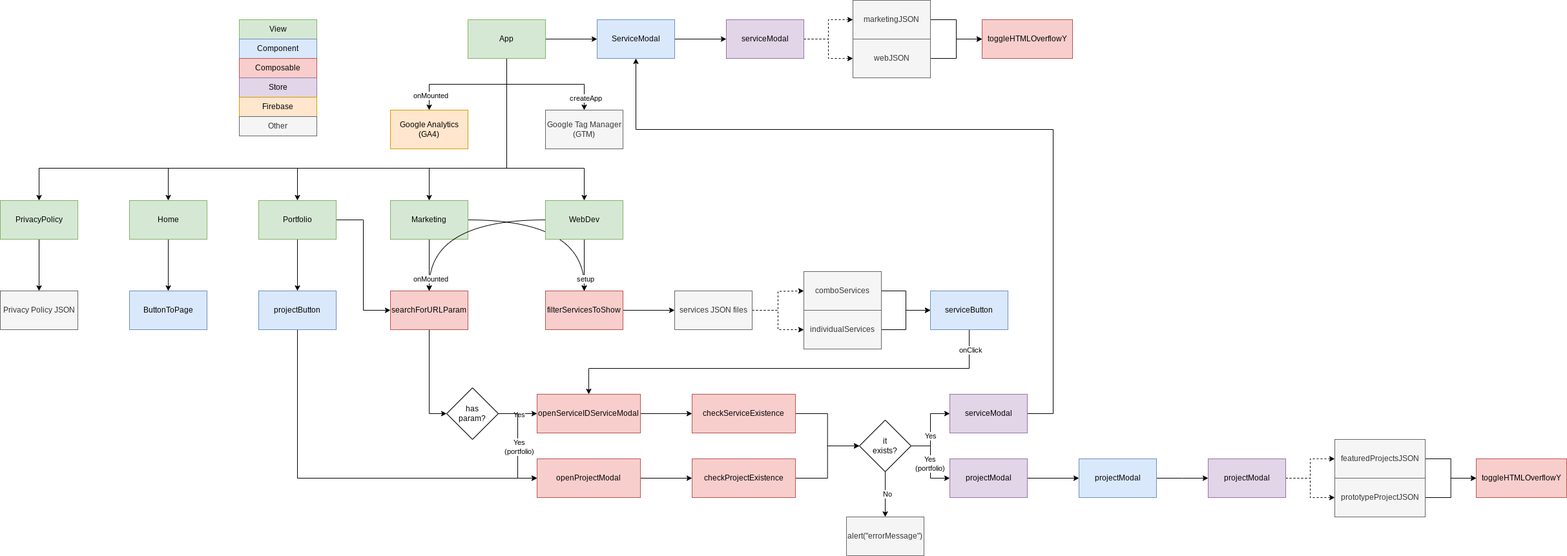
Above: public/imagens/logic-fluxogram.png in andremourasantos/andremourasantos.github.io (draw.io), before the change. Source tidied: cells renumbered, new cells last; positions are measured from the earlier drawing's top-left corner, leaving out a move shared by most shapes.
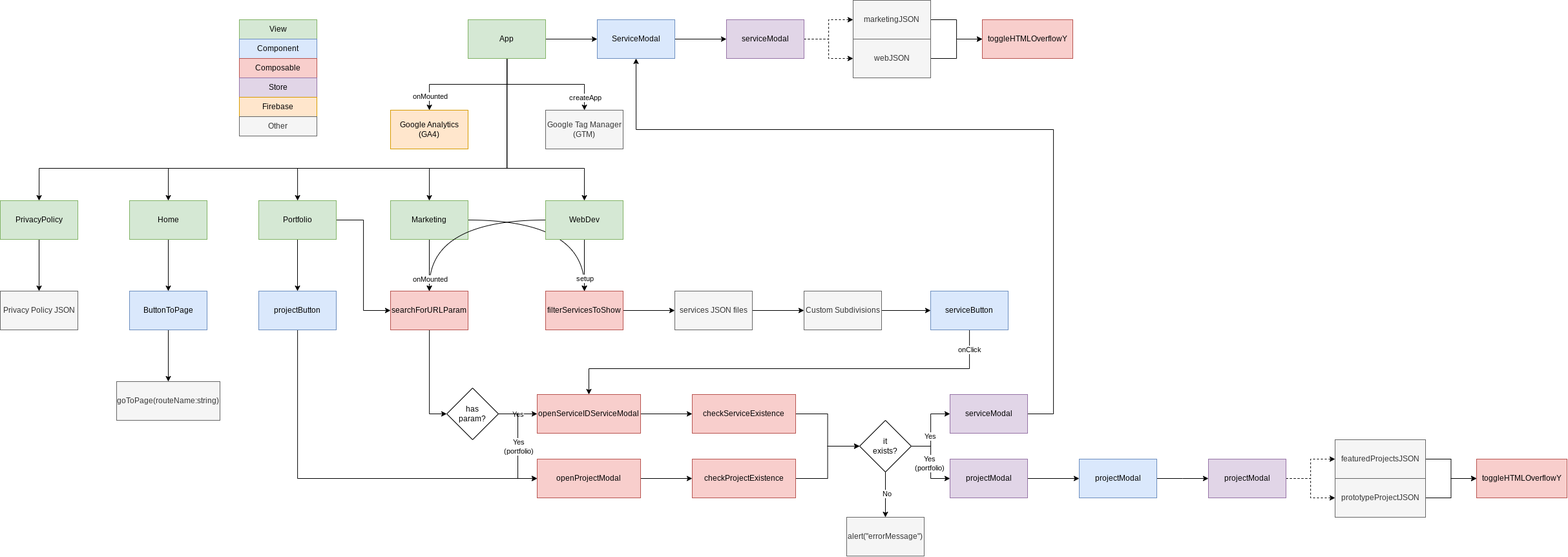
After the change.

The edit, as a diff of the source:
```diff
@@ -147,29 +147,18 @@
     <mxCell id="39" value="openServiceIDServiceModal" style="whiteSpace=wrap;html=1;rounded=0;fillColor=#f8cecc;strokeColor=#b85450;" parent="1" vertex="1">
       <mxGeometry x="831" y="610" width="160" height="60" as="geometry" />
     </mxCell>
-    <mxCell id="40" style="edgeStyle=orthogonalEdgeStyle;rounded=0;jettySize=auto;html=1;dashed=1;" parent="1" edge="1" source="42">
-      <mxGeometry relative="1" as="geometry">
-        <mxPoint x="1244" y="450" as="targetPoint" />
-      </mxGeometry>
-    </mxCell>
-    <mxCell id="41" style="edgeStyle=orthogonalEdgeStyle;rounded=0;jettySize=auto;html=1;entryX=0;entryY=0.5;entryDx=0;entryDy=0;dashed=1;" parent="1" edge="1" source="42" target="46">
+    <mxCell id="41" style="edgeStyle=orthogonalEdgeStyle;rounded=0;jettySize=auto;html=1;entryX=0;entryY=0.5;entryDx=0;entryDy=0;" parent="1" edge="1" source="42" target="44">
       <mxGeometry relative="1" as="geometry" />
     </mxCell>
     <mxCell id="42" value="services JSON files" style="rounded=0;whiteSpace=wrap;html=1;fillColor=#f5f5f5;strokeColor=#666666;fontColor=#333333;" parent="1" vertex="1">
       <mxGeometry x="1044" y="450" width="120" height="60" as="geometry" />
     </mxCell>
-    <mxCell id="43" style="edgeStyle=orthogonalEdgeStyle;rounded=0;jettySize=auto;html=1;entryX=0;entryY=0.5;entryDx=0;entryDy=0;" parent="1" edge="1" source="44" target="51">
+    <mxCell id="43" style="edgeStyle=orthogonalEdgeStyle;rounded=0;jettySize=auto;html=1;exitX=1;exitY=0.5;exitDx=0;exitDy=0;entryX=0;entryY=0.5;entryDx=0;entryDy=0;" parent="1" edge="1" source="44" target="51">
       <mxGeometry relative="1" as="geometry" />
     </mxCell>
-    <mxCell id="44" value="comboServices" style="rounded=0;whiteSpace=wrap;html=1;fillColor=#f5f5f5;strokeColor=#666666;fontColor=#333333;" parent="1" vertex="1">
-      <mxGeometry x="1244" y="420" width="120" height="60" as="geometry" />
+    <mxCell id="44" value="Custom Subdivisions" style="rounded=0;whiteSpace=wrap;html=1;fillColor=#f5f5f5;strokeColor=#666666;fontColor=#333333;" parent="1" vertex="1">
+      <mxGeometry x="1244" y="450" width="120" height="60" as="geometry" />
     </mxCell>
-    <mxCell id="45" style="edgeStyle=orthogonalEdgeStyle;rounded=0;jettySize=auto;html=1;entryX=0;entryY=0.5;entryDx=0;entryDy=0;" parent="1" edge="1" source="46" target="51">
-      <mxGeometry relative="1" as="geometry" />
-    </mxCell>
-    <mxCell id="46" value="individualServices" style="rounded=0;whiteSpace=wrap;html=1;fillColor=#f5f5f5;strokeColor=#666666;fontColor=#333333;" parent="1" vertex="1">
-      <mxGeometry x="1244" y="480" width="120" height="60" as="geometry" />
-    </mxCell>
     <mxCell id="47" style="edgeStyle=orthogonalEdgeStyle;rounded=0;jettySize=auto;html=1;" parent="1" edge="1" source="48" target="66">
       <mxGeometry relative="1" as="geometry" />
     </mxCell>
@@ -264,6 +253,9 @@
     <mxCell id="73" value="Home" style="rounded=0;whiteSpace=wrap;html=1;fillColor=#d5e8d4;strokeColor=#82b366;" parent="1" vertex="1">
       <mxGeometry x="200" y="310" width="120" height="60" as="geometry" />
     </mxCell>
+    <mxCell id="99" style="edgeStyle=orthogonalEdgeStyle;rounded=0;jettySize=auto;html=1;" parent="1" edge="1" source="74" target="100">
+      <mxGeometry relative="1" as="geometry" />
+    </mxCell>
     <mxCell id="74" value="ButtonToPage" style="rounded=0;whiteSpace=wrap;html=1;fillColor=#dae8fc;strokeColor=#6c8ebf;" parent="1" vertex="1">
       <mxGeometry x="200" y="450" width="120" height="60" as="geometry" />
     </mxCell>
@@ -345,5 +337,8 @@
     <mxCell id="98" value="toggleHTMLOverflowY" style="rounded=0;whiteSpace=wrap;html=1;fillColor=#f8cecc;strokeColor=#b85450;" parent="1" vertex="1">
       <mxGeometry x="2285" y="710" width="140" height="60" as="geometry" />
     </mxCell>
+    <mxCell id="100" value="goToPage(routeName:string)" style="rounded=0;whiteSpace=wrap;html=1;fillColor=#f5f5f5;strokeColor=#666666;fontColor=#333333;" parent="1" vertex="1">
+      <mxGeometry x="180" y="590" width="160" height="60" as="geometry" />
+    </mxCell>
   </root>
 </mxGraphModel>
```
